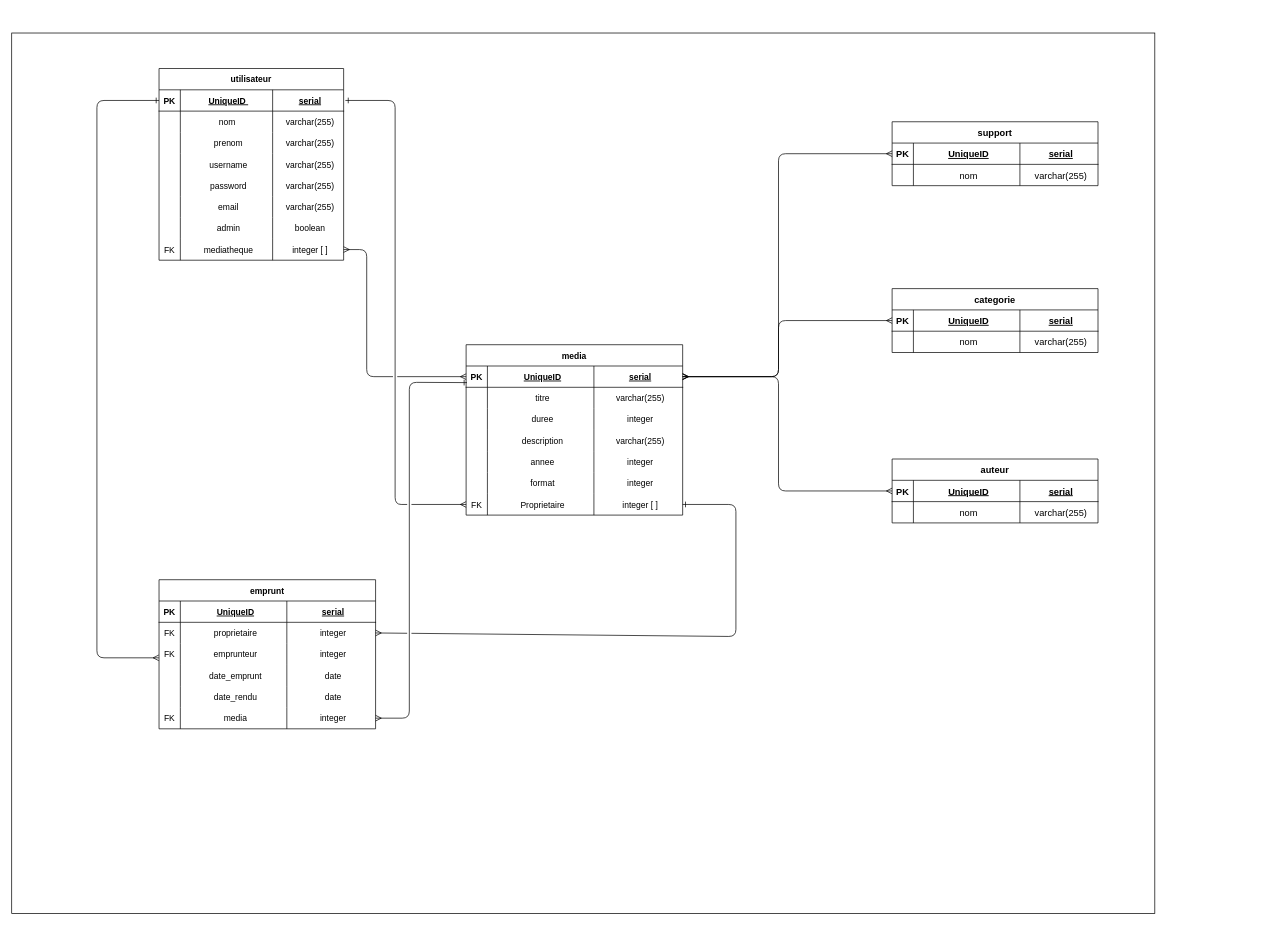
Before: diagramClass.drawio in DarKaizoku/medialand_back, a draw.io diagram. Source tidied: cells renumbered, new cells numbered last; positions are measured from the earlier drawing's top-left corner, leaving out a move shared by most shapes. Both pictures are drawn from the tidied source at 71%, with x=0, y=0 at pixel (11, 33).
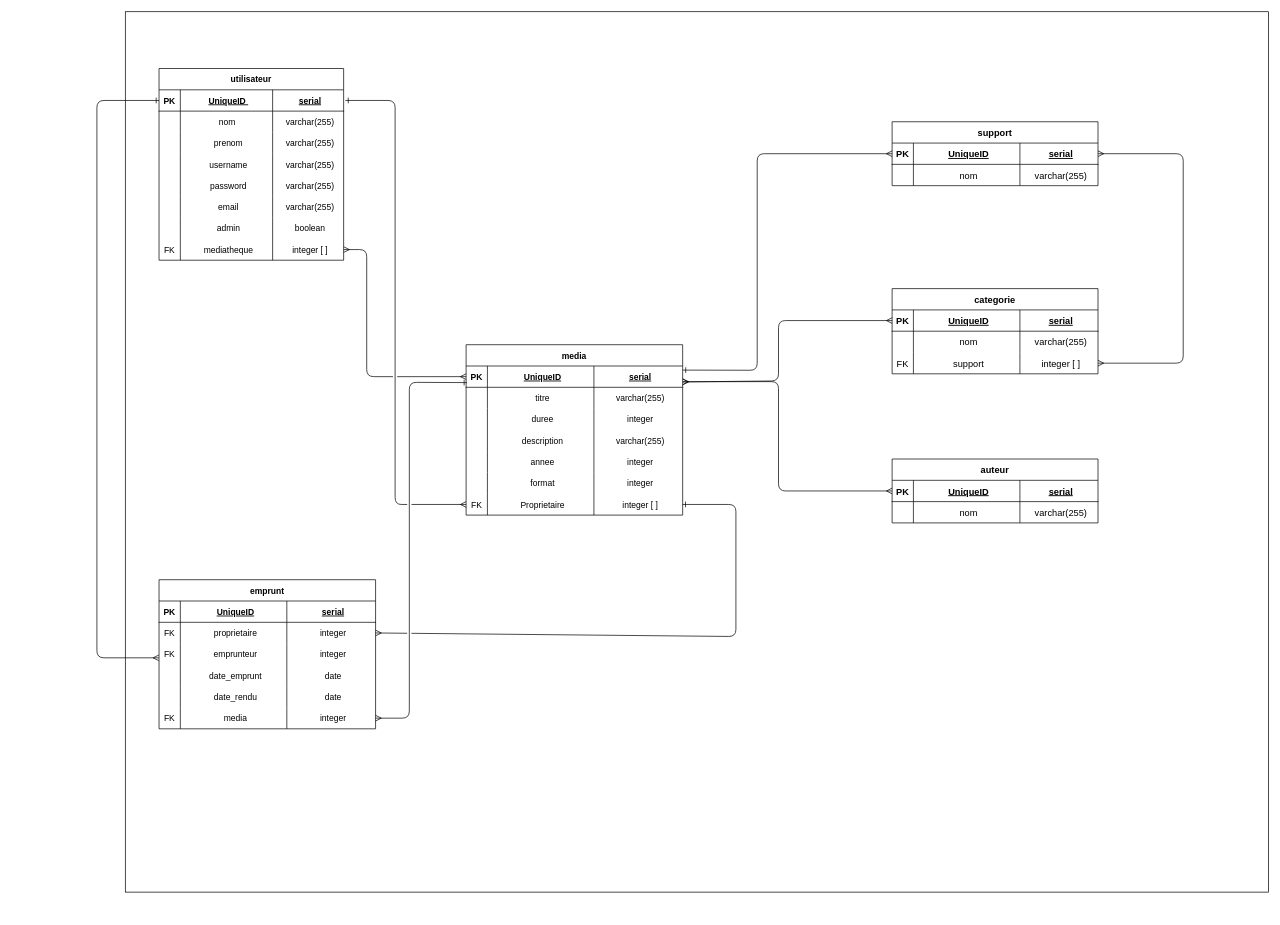
The same diagram, later.

The change refers to these unchanged cells:
```xml
<mxCell id="4" style="shape=tableRow;horizontal=0;startSize=0;swimlaneHead=0;swimlaneBody=0;fillColor=none;points=[[0,0.5],[1,0.5]];portConstraint=eastwest;top=0;left=0;right=0;bottom=1;" parent="3" vertex="1">
  <mxGeometry y="30" width="305" height="30" as="geometry" />
</mxCell>
<mxCell id="66" style="shape=tableRow;horizontal=0;startSize=0;swimlaneHead=0;swimlaneBody=0;fillColor=none;points=[[0,0.5],[1,0.5]];portConstraint=eastwest;top=0;left=0;right=0;bottom=1;fontSize=13;" parent="65" vertex="1">
  <mxGeometry y="30" width="290" height="30" as="geometry" />
</mxCell>
<mxCell id="75" style="shape=tableRow;horizontal=0;startSize=0;swimlaneHead=0;swimlaneBody=0;fillColor=none;points=[[0,0.5],[1,0.5]];portConstraint=eastwest;top=0;left=0;right=0;bottom=1;fontSize=13;" parent="74" vertex="1">
  <mxGeometry y="30" width="290" height="30" as="geometry" />
</mxCell>
<mxCell id="84" style="shape=tableRow;horizontal=0;startSize=0;swimlaneHead=0;swimlaneBody=0;fillColor=none;points=[[0,0.5],[1,0.5]];portConstraint=eastwest;top=0;left=0;right=0;bottom=1;fontSize=13;" parent="83" vertex="1">
  <mxGeometry y="30" width="290" height="30" as="geometry" />
</mxCell>
```

Change to the diagram source:
```diff
@@
     <mxCell id="2" style="rounded=0;whiteSpace=wrap;html=1;fontSize=13;" parent="1" vertex="1">
-      <mxGeometry width="1610" height="1240" as="geometry" />
+      <mxGeometry x="160" y="-30" width="1610" height="1240" as="geometry" />
     </mxCell>
@@
     <mxCell id="74" value="categorie" style="shape=table;startSize=30;childLayout=tableLayout;rowLines=0;fontStyle=1;align=center;fontSize=13;" parent="1" vertex="1">
-      <mxGeometry x="1240" y="360" width="290" height="90" as="geometry" />
+      <mxGeometry x="1240" y="360" width="290" height="120" as="geometry" />
     </mxCell>
@@
+    <mxCell id="125" style="shape=tableRow;horizontal=0;startSize=0;swimlaneHead=0;swimlaneBody=0;fillColor=none;points=[[0,0.5],[1,0.5]];portConstraint=eastwest;top=0;left=0;right=0;bottom=0;fontSize=13;" parent="74" vertex="1">
+      <mxGeometry y="90" width="290" height="30" as="geometry" />
+    </mxCell>
+    <mxCell id="126" value="FK" style="shape=partialRectangle;fillColor=none;top=0;left=0;bottom=0;right=0;overflow=hidden;fontSize=13;" parent="125" vertex="1">
+      <mxGeometry width="30" height="30" as="geometry" />
+    </mxCell>
+    <mxCell id="127" value="support" style="shape=partialRectangle;fillColor=none;top=0;left=0;bottom=0;right=0;align=center;spacingLeft=6;overflow=hidden;fontSize=13;" parent="125" vertex="1">
+      <mxGeometry x="30" width="150" height="30" as="geometry" />
+    </mxCell>
+    <mxCell id="128" value="integer [ ]" style="shape=partialRectangle;fillColor=none;top=0;left=0;bottom=0;right=0;align=center;spacingLeft=6;overflow=hidden;fontSize=13;" parent="125" vertex="1">
+      <mxGeometry x="180" width="110" height="30" as="geometry" />
+    </mxCell>
@@
-    <mxCell id="120" style="edgeStyle=none;jumpStyle=gap;html=1;exitX=0;exitY=0.5;exitDx=0;exitDy=0;entryX=1;entryY=0.5;entryDx=0;entryDy=0;fontSize=13;startArrow=ERmany;startFill=0;endArrow=ERmany;endFill=0;" parent="1" edge="1" source="66" target="4">
+    <mxCell id="120" style="edgeStyle=none;jumpStyle=gap;html=1;exitX=0;exitY=0.5;exitDx=0;exitDy=0;entryX=1.001;entryY=0.192;entryDx=0;entryDy=0;fontSize=13;startArrow=ERmany;startFill=0;endArrow=ERone;endFill=0;entryPerimeter=0;" parent="1" edge="1" source="66" target="4">
       <mxGeometry relative="1" as="geometry">
         <Array as="points">
-          <mxPoint x="1080" y="170" />
-          <mxPoint x="1080" y="484" />
+          <mxPoint x="1050" y="170" />
+          <mxPoint x="1050" y="475" />
         </Array>
       </mxGeometry>
     </mxCell>
-    <mxCell id="121" style="edgeStyle=none;jumpStyle=none;html=1;exitX=0;exitY=0.5;exitDx=0;exitDy=0;entryX=1;entryY=0.5;entryDx=0;entryDy=0;fontSize=13;startArrow=ERmany;startFill=0;endArrow=ERmany;endFill=0;" parent="1" edge="1" source="75" target="4">
+    <mxCell id="121" style="edgeStyle=none;jumpStyle=none;html=1;exitX=0;exitY=0.5;exitDx=0;exitDy=0;fontSize=13;startArrow=ERmany;startFill=0;endArrow=ERmany;endFill=0;entryX=1;entryY=0.747;entryDx=0;entryDy=0;entryPerimeter=0;" parent="1" edge="1" source="75" target="4">
       <mxGeometry relative="1" as="geometry">
         <Array as="points">
           <mxPoint x="1080" y="405" />
-          <mxPoint x="1080" y="484" />
+          <mxPoint x="1080" y="490" />
         </Array>
       </mxGeometry>
     </mxCell>
-    <mxCell id="122" style="edgeStyle=none;jumpStyle=none;html=1;exitX=0;exitY=0.5;exitDx=0;exitDy=0;entryX=1;entryY=0.5;entryDx=0;entryDy=0;fontSize=13;startArrow=ERmany;startFill=0;endArrow=ERmany;endFill=0;" parent="1" edge="1" source="84" target="4">
+    <mxCell id="122" style="edgeStyle=none;jumpStyle=none;html=1;exitX=0;exitY=0.5;exitDx=0;exitDy=0;entryX=1.001;entryY=0.739;entryDx=0;entryDy=0;fontSize=13;startArrow=ERmany;startFill=0;endArrow=ERmany;endFill=0;entryPerimeter=0;" parent="1" edge="1" source="84" target="4">
       <mxGeometry relative="1" as="geometry">
         <Array as="points">
           <mxPoint x="1080" y="645" />
-          <mxPoint x="1080" y="484" />
+          <mxPoint x="1080" y="491" />
         </Array>
       </mxGeometry>
     </mxCell>
@@
+    <mxCell id="129" style="edgeStyle=none;html=1;exitX=1;exitY=0.5;exitDx=0;exitDy=0;entryX=1;entryY=0.5;entryDx=0;entryDy=0;startArrow=ERmany;startFill=0;endArrow=ERmany;endFill=0;" parent="1" edge="1" source="66" target="125">
+      <mxGeometry relative="1" as="geometry">
+        <Array as="points">
+          <mxPoint x="1650" y="170" />
+          <mxPoint x="1650" y="465" />
+        </Array>
+      </mxGeometry>
+    </mxCell>
```
